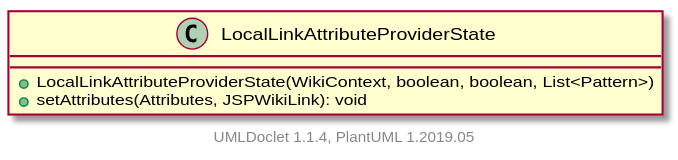
Above: apidocs/2.11.0.M7-SNAPSHOT/org/apache/wiki/markdown/extensions/jspwikilinks/attributeprovider/LocalLinkAttributeProviderState.svg in apache/jspwiki-site (PlantUML), before the change.
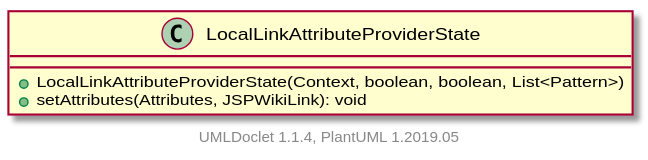
Later version of the same file.

Diff of the diagram source:
```diff
@@ -1,7 +1,7 @@
 @startuml
 
     class LocalLinkAttributeProviderState [[LocalLinkAttributeProviderState.html]] {
-        +LocalLinkAttributeProviderState(WikiContext, boolean, boolean, List<Pattern>)
+        +LocalLinkAttributeProviderState(Context, boolean, boolean, List<Pattern>)
         +setAttributes(Attributes, JSPWikiLink): void
     }
 
```
